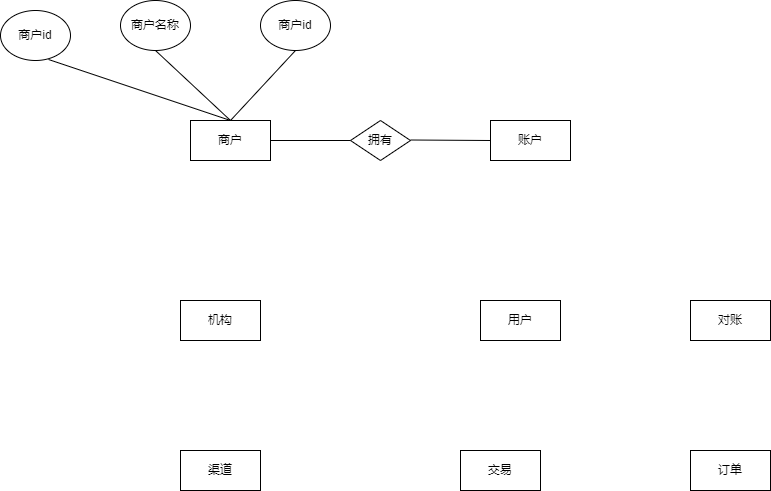
Above: 代付E-R图1.png in songyibo2019/mydiagrams (draw.io), before the change. Source tidied: cells renumbered, new cells last; positions are measured from the earlier drawing's top-left corner, leaving out a move shared by most shapes.
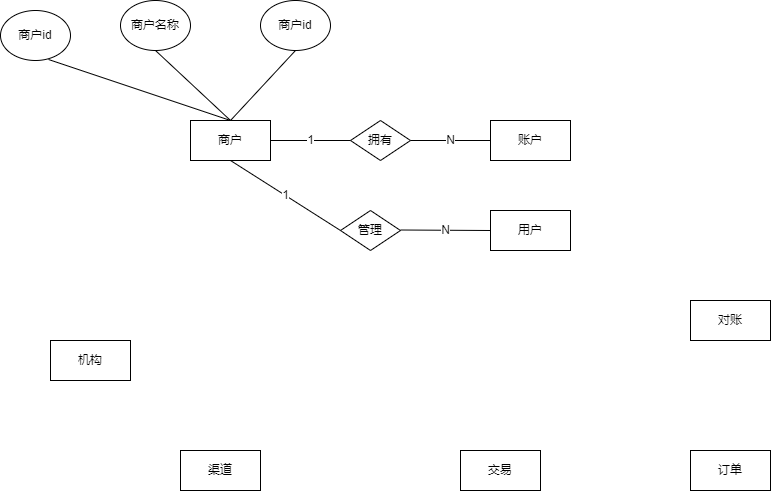
Later version of the same file.

Diff of the diagram source:
```diff
@@ -9,13 +9,13 @@
       <mxGeometry y="10" width="70" height="50" as="geometry" />
     </mxCell>
     <mxCell id="4" value="用户" style="rounded=0;whiteSpace=wrap;html=1;" parent="1" vertex="1">
-      <mxGeometry x="480" y="300" width="80" height="40" as="geometry" />
+      <mxGeometry x="490" y="210" width="80" height="40" as="geometry" />
     </mxCell>
     <mxCell id="5" value="账户" style="rounded=0;whiteSpace=wrap;html=1;" parent="1" vertex="1">
       <mxGeometry x="490" y="120" width="80" height="40" as="geometry" />
     </mxCell>
     <mxCell id="6" value="机构" style="rounded=0;whiteSpace=wrap;html=1;" parent="1" vertex="1">
-      <mxGeometry x="180" y="300" width="80" height="40" as="geometry" />
+      <mxGeometry x="50" y="340" width="80" height="40" as="geometry" />
     </mxCell>
     <mxCell id="7" value="商户id" style="ellipse;whiteSpace=wrap;html=1;" parent="1" vertex="1">
       <mxGeometry x="260" width="70" height="50" as="geometry" />
@@ -37,16 +37,11 @@
     <mxCell id="12" value="拥有" style="rhombus;whiteSpace=wrap;html=1;" parent="1" vertex="1">
       <mxGeometry x="350" y="120" width="60" height="40" as="geometry" />
     </mxCell>
-    <mxCell id="13" style="endArrow=none;html=1;rounded=0;entryX=0;entryY=0.5;entryDx=0;entryDy=0;" parent="1" edge="1" target="12">
+    <mxCell id="13" value="1" style="endArrow=none;html=1;rounded=0;entryX=0;entryY=0.5;entryDx=0;entryDy=0;" parent="1" edge="1" target="12">
       <mxGeometry relative="1" as="geometry">
         <mxPoint x="270" y="140" as="sourcePoint" />
       </mxGeometry>
     </mxCell>
-    <mxCell id="14" style="endArrow=none;html=1;rounded=0;entryX=0;entryY=0.5;entryDx=0;entryDy=0;" parent="1" edge="1" target="5">
-      <mxGeometry relative="1" as="geometry">
-        <mxPoint x="410" y="139.5" as="sourcePoint" />
-      </mxGeometry>
-    </mxCell>
     <mxCell id="15" value="渠道" style="rounded=0;whiteSpace=wrap;html=1;" parent="1" vertex="1">
       <mxGeometry x="180" y="450" width="80" height="40" as="geometry" />
     </mxCell>
@@ -59,5 +54,19 @@
     <mxCell id="18" value="对账" style="rounded=0;whiteSpace=wrap;html=1;" parent="1" vertex="1">
       <mxGeometry x="690" y="300" width="80" height="40" as="geometry" />
     </mxCell>
+    <mxCell id="19" value="N" style="endArrow=none;html=1;rounded=0;exitX=1;exitY=0.5;exitDx=0;exitDy=0;entryX=0;entryY=0.5;entryDx=0;entryDy=0;" parent="1" edge="1" source="12" target="5">
+      <mxGeometry relative="1" as="geometry" />
+    </mxCell>
+    <mxCell id="20" value="管理" style="rhombus;whiteSpace=wrap;html=1;" parent="1" vertex="1">
+      <mxGeometry x="340" y="210" width="60" height="40" as="geometry" />
+    </mxCell>
+    <mxCell id="21" value="1" style="endArrow=none;html=1;rounded=0;entryX=0;entryY=0.5;entryDx=0;entryDy=0;exitX=0.5;exitY=1;exitDx=0;exitDy=0;exitPerimeter=0;" parent="1" edge="1" source="2" target="20">
+      <mxGeometry relative="1" as="geometry" />
+    </mxCell>
+    <mxCell id="22" value="N" style="endArrow=none;html=1;rounded=0;exitX=1;exitY=0.5;exitDx=0;exitDy=0;entryX=0;entryY=0.5;entryDx=0;entryDy=0;" parent="1" edge="1" target="4">
+      <mxGeometry relative="1" as="geometry">
+        <mxPoint x="400" y="229.5" as="sourcePoint" />
+      </mxGeometry>
+    </mxCell>
   </root>
 </mxGraphModel>
```
